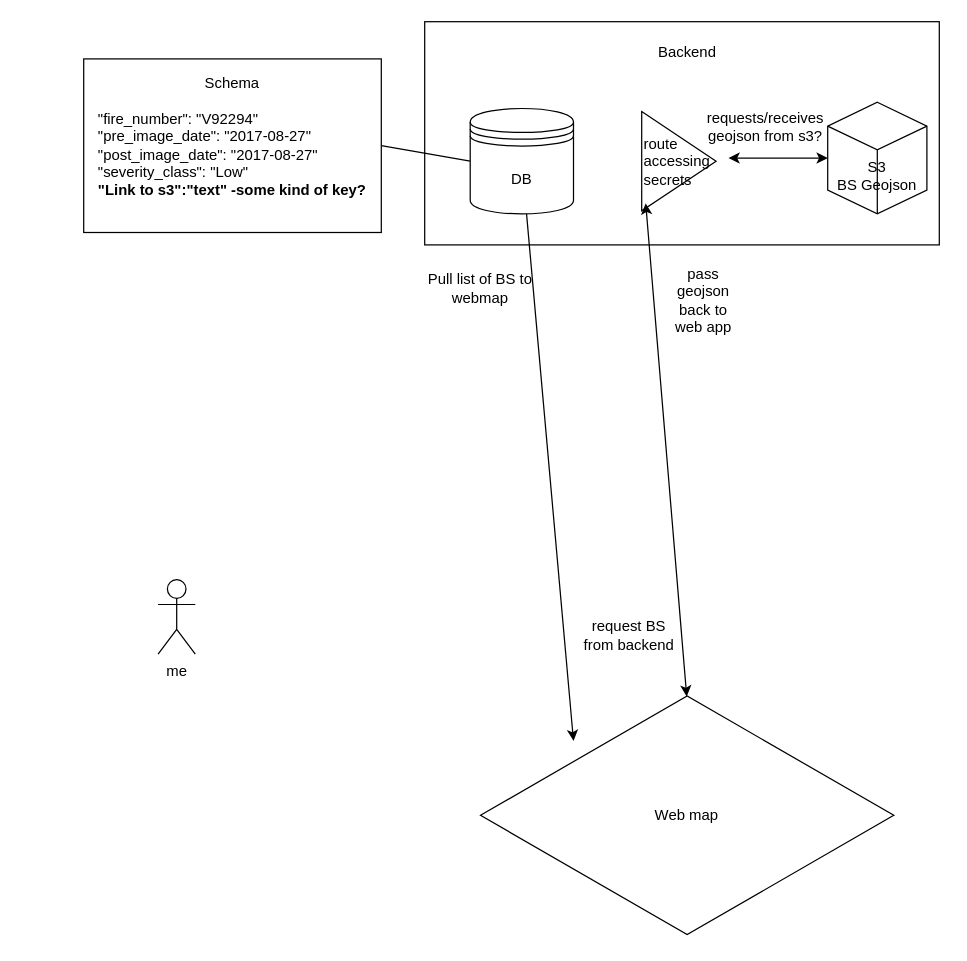
The draw.io diagram data_retreval.drawio in bcgov/burn-severity-map, before the edit. Source tidied: cells renumbered, new cells numbered last; positions are measured from the earlier drawing's top-left corner, leaving out a move shared by most shapes. Both pictures are drawn from the tidied source at 124%, with x=0, y=0 at pixel (83, 21).
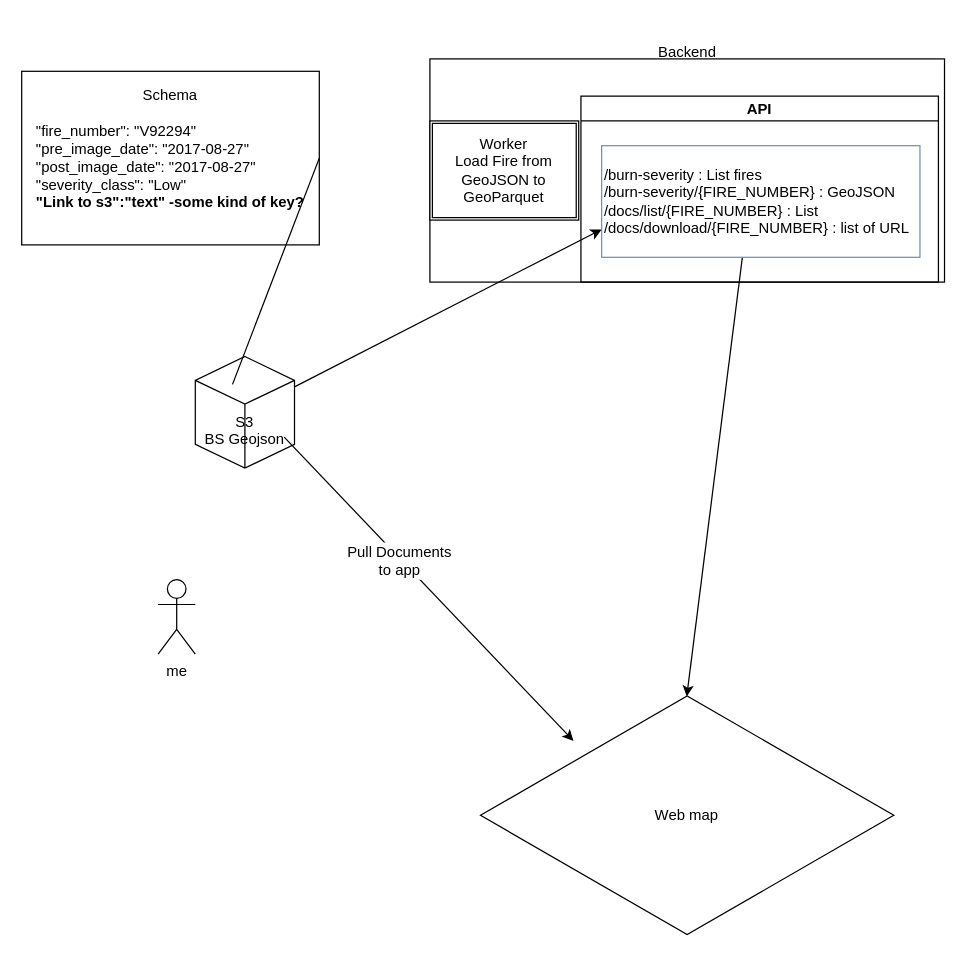
The same diagram, later.

Commit message:
update to relect object storage instead of db

The edit, as a diff of the source:
```diff
@@
 <mxGraphModel>
   <root>
     <mxCell id="0" />
     <mxCell id="1" parent="0" />
     <mxCell id="2" style="rounded=0;whiteSpace=wrap;html=1;" parent="1" vertex="1">
-      <mxGeometry x="275" width="415" height="180" as="geometry" />
+      <mxGeometry x="279.2" y="30" width="415" height="180" as="geometry" />
     </mxCell>
+    <mxCell id="18" style="edgeStyle=none;html=1;entryX=0;entryY=0.75;entryDx=0;entryDy=0;" parent="1" edge="1" source="3" target="16">
+      <mxGeometry relative="1" as="geometry" />
+    </mxCell>
     <mxCell id="3" value="&lt;br&gt;&lt;br&gt;S3&lt;br&gt;BS Geojson" style="html=1;whiteSpace=wrap;shape=isoCube2;backgroundOutline=1;isoAngle=15;align=center;" parent="1" vertex="1">
-      <mxGeometry x="600" y="65" width="80" height="90" as="geometry" />
+      <mxGeometry x="90" y="270" width="80" height="90" as="geometry" />
     </mxCell>
     <mxCell id="4" value="Web map" style="html=1;whiteSpace=wrap;shape=isoRectangle;" parent="1" vertex="1">
       <mxGeometry x="320" y="540" width="333.3" height="200" as="geometry" />
     </mxCell>
-    <mxCell id="5" style="endArrow=classic;html=1;" parent="1" edge="1" source="7">
+    <mxCell id="5" style="endArrow=classic;html=1;exitX=0.5;exitY=1;exitDx=0;exitDy=0;" parent="1" edge="1">
       <mxGeometry relative="1" as="geometry">
+        <mxPoint x="161.7" y="335" as="sourcePoint" />
         <mxPoint x="395" y="580" as="targetPoint" />
       </mxGeometry>
     </mxCell>
-    <mxCell id="6" value="Pull list of BS to webmap" style="text;html=1;align=center;verticalAlign=middle;whiteSpace=wrap;rounded=0;" parent="1" vertex="1">
-      <mxGeometry x="275" y="200" width="90" height="30" as="geometry" />
+    <mxCell id="6" value="Pull Documents to app" style="text;html=1;align=center;verticalAlign=middle;whiteSpace=wrap;rounded=0;fillColor=default;" parent="1" vertex="1">
+      <mxGeometry x="210" y="420" width="90" height="30" as="geometry" />
     </mxCell>
-    <mxCell id="7" value="DB" style="shape=datastore;whiteSpace=wrap;html=1;" parent="1" vertex="1">
-      <mxGeometry x="311.7" y="70" width="83.3" height="85" as="geometry" />
-    </mxCell>
     <mxCell id="8" value="Backend" style="text;html=1;align=center;verticalAlign=middle;whiteSpace=wrap;rounded=0;" parent="1" vertex="1">
       <mxGeometry x="456.7" y="10" width="60" height="30" as="geometry" />
     </mxCell>
     <mxCell id="9" value="&lt;div&gt;Schema&lt;/div&gt;&lt;div&gt;&lt;div style=&quot;text-align: left; text-wrap-mode: nowrap;&quot;&gt;&lt;font&gt;&lt;br&gt;&quot;fire_number&quot;: &quot;V92294&quot;&lt;/font&gt;&lt;/div&gt;&lt;div style=&quot;text-align: left; text-wrap-mode: nowrap;&quot;&gt;&lt;font&gt;&quot;pre_image_date&quot;: &quot;2017-08-27&quot;&lt;/font&gt;&lt;/div&gt;&lt;div style=&quot;text-align: left; text-wrap-mode: nowrap;&quot;&gt;&lt;span style=&quot;background-color: transparent;&quot;&gt;&quot;post_image_date&quot;: &quot;2017-08-27&quot;&lt;/span&gt;&lt;/div&gt;&lt;div style=&quot;text-align: left; text-wrap-mode: nowrap;&quot;&gt;&lt;span style=&quot;background-color: transparent;&quot;&gt;&quot;severity_class&quot;: &quot;Low&quot;&lt;/span&gt;&lt;/div&gt;&lt;div style=&quot;text-align: left; text-wrap-mode: nowrap;&quot;&gt;&lt;span style=&quot;background-color: transparent;&quot;&gt;&lt;b&gt;&quot;Link to s3&quot;:&quot;text&quot; -some kind of key?&lt;/b&gt;&lt;/span&gt;&lt;/div&gt;&lt;div style=&quot;text-align: left; text-wrap-mode: nowrap;&quot;&gt;&amp;nbsp;&lt;/div&gt;&lt;/div&gt;" style="rounded=0;whiteSpace=wrap;html=1;" parent="1" vertex="1">
-      <mxGeometry y="30" width="240" height="140" as="geometry" />
+      <mxGeometry x="-50" y="40" width="240" height="140" as="geometry" />
     </mxCell>
-    <mxCell id="10" style="endArrow=none;html=1;entryX=1;entryY=0.5;entryDx=0;entryDy=0;exitX=0;exitY=0.5;exitDx=0;exitDy=0;" parent="1" edge="1" source="7" target="9">
-      <mxGeometry relative="1" as="geometry" />
+    <mxCell id="10" style="endArrow=none;html=1;entryX=1;entryY=0.5;entryDx=0;entryDy=0;exitX=0;exitY=0.5;exitDx=0;exitDy=0;" parent="1" edge="1" target="9">
+      <mxGeometry relative="1" as="geometry">
+        <mxPoint x="120" y="292.5" as="sourcePoint" />
+      </mxGeometry>
     </mxCell>
-    <mxCell id="11" value="request BS from backend" style="text;html=1;align=center;verticalAlign=middle;whiteSpace=wrap;rounded=0;" parent="1" vertex="1">
-      <mxGeometry x="400" y="470" width="80" height="50" as="geometry" />
-    </mxCell>
-    <mxCell id="12" style="endArrow=classic;startArrow=classic;html=1;entryX=0;entryY=0.5;entryDx=0;entryDy=0;entryPerimeter=0;exitX=1;exitY=0.3333333333333333;exitDx=0;exitDy=0;exitPerimeter=0;" parent="1" edge="1" target="3">
-      <mxGeometry relative="1" as="geometry">
-        <mxPoint x="520" y="110" as="sourcePoint" />
-      </mxGeometry>
-    </mxCell>
-    <mxCell id="13" value="requests/receives&lt;br&gt;geojson from s3?" style="text;html=1;align=center;verticalAlign=middle;whiteSpace=wrap;rounded=0;" parent="1" vertex="1">
-      <mxGeometry x="510" y="60" width="80" height="50" as="geometry" />
-    </mxCell>
     <mxCell id="14" value="me" style="shape=umlActor;verticalLabelPosition=bottom;verticalAlign=top;html=1;" parent="1" vertex="1">
       <mxGeometry x="60" y="450" width="30" height="60" as="geometry" />
     </mxCell>
-    <mxCell id="15" value="route accessing&amp;nbsp;&lt;br&gt;&lt;div style=&quot;&quot;&gt;&lt;span style=&quot;background-color: transparent;&quot;&gt;secrets&lt;/span&gt;&lt;/div&gt;" style="triangle;whiteSpace=wrap;html=1;align=left;" parent="1" vertex="1">
-      <mxGeometry x="450" y="72.5" width="60" height="80" as="geometry" />
-    </mxCell>
+    <mxCell id="17" style="endArrow=classic;startArrow=classic;html=1;entryX=0.054;entryY=0.925;entryDx=0;entryDy=0;entryPerimeter=0;exitX=0.499;exitY=0.021;exitDx=0;exitDy=0;exitPerimeter=0;" parent="1" edge="1" source="4">
+      <mxGeometry relative="1" as="geometry">
+        <mxPoint x="533.2" y="174" as="targetPoint" />
+      </mxGeometry>
+    </mxCell>
+    <mxCell id="19" value="API" style="swimlane;startSize=20;horizontal=1;containerType=tree;" parent="1" vertex="1">
+      <mxGeometry x="401" y="60" width="288.3" height="150" as="geometry" />
+    </mxCell>
-    <mxCell id="16" value="pass geojson back to web app" style="text;html=1;align=center;verticalAlign=middle;whiteSpace=wrap;rounded=0;" parent="1" vertex="1">
-      <mxGeometry x="470" y="210" width="60" height="30" as="geometry" />
+    <mxCell id="16" value="/burn-severity : List fires&amp;nbsp;&lt;br&gt;&lt;div style=&quot;&quot;&gt;&lt;span style=&quot;color: rgb(0, 0, 0); background-color: transparent;&quot;&gt;/burn-severity/{FIRE_NUMBER} : GeoJSON&amp;nbsp;&lt;/span&gt;&lt;/div&gt;&lt;span style=&quot;color: rgb(0, 0, 0);&quot;&gt;&lt;div style=&quot;&quot;&gt;&lt;span style=&quot;color: rgb(0, 0, 0); background-color: transparent;&quot;&gt;/docs/list/{FIRE_NUMBER} : List&lt;/span&gt;&lt;/div&gt;&lt;div style=&quot;&quot;&gt;&lt;span style=&quot;color: rgb(0, 0, 0); background-color: transparent;&quot;&gt;/docs/download/{FIRE_NUMBER} : list of URL&lt;/span&gt;&lt;/div&gt;&lt;/span&gt;" style="text;html=1;align=left;verticalAlign=middle;whiteSpace=wrap;rounded=0;fillColor=default;strokeColor=#6c8ebf;" parent="19" vertex="1">
+      <mxGeometry x="16.7" y="40" width="256.7" height="90" as="geometry" />
     </mxCell>
-    <mxCell id="17" style="endArrow=classic;startArrow=classic;html=1;entryX=0.054;entryY=0.925;entryDx=0;entryDy=0;entryPerimeter=0;exitX=0.499;exitY=0.021;exitDx=0;exitDy=0;exitPerimeter=0;" parent="1" edge="1" source="4" target="15">
-      <mxGeometry relative="1" as="geometry" />
-    </mxCell>
+    <mxCell id="20" value="Worker&lt;br&gt;Load Fire from GeoJSON to GeoParquet" style="shape=ext;double=1;rounded=0;whiteSpace=wrap;html=1;" parent="1" vertex="1">
+      <mxGeometry x="279.2" y="80" width="120" height="80" as="geometry" />
+    </mxCell>
   </root>
 </mxGraphModel>
```
